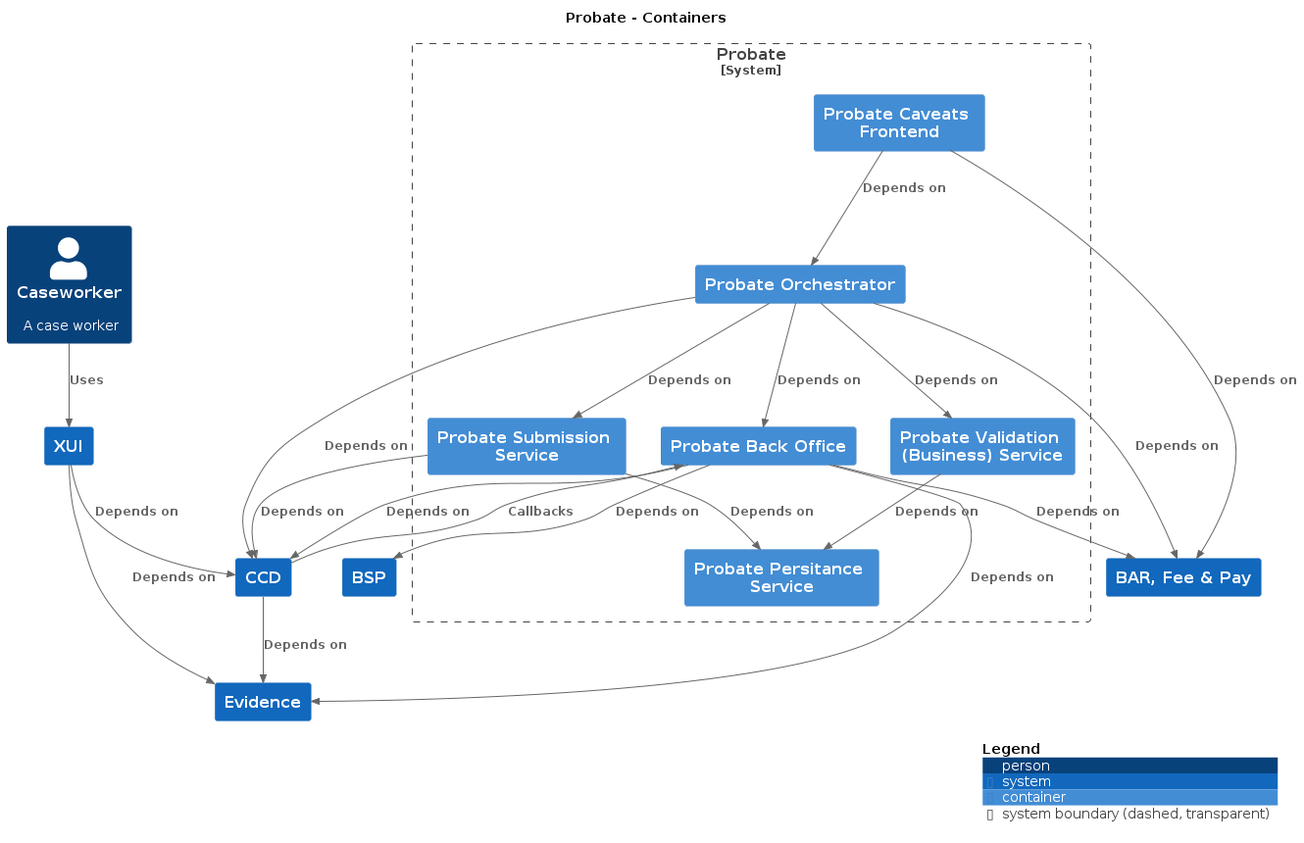
The PlantUML diagram docs/c4/probate/images/structurizr-probate-caseworker.png in hmcts/cnp-api-docs, before a commit.
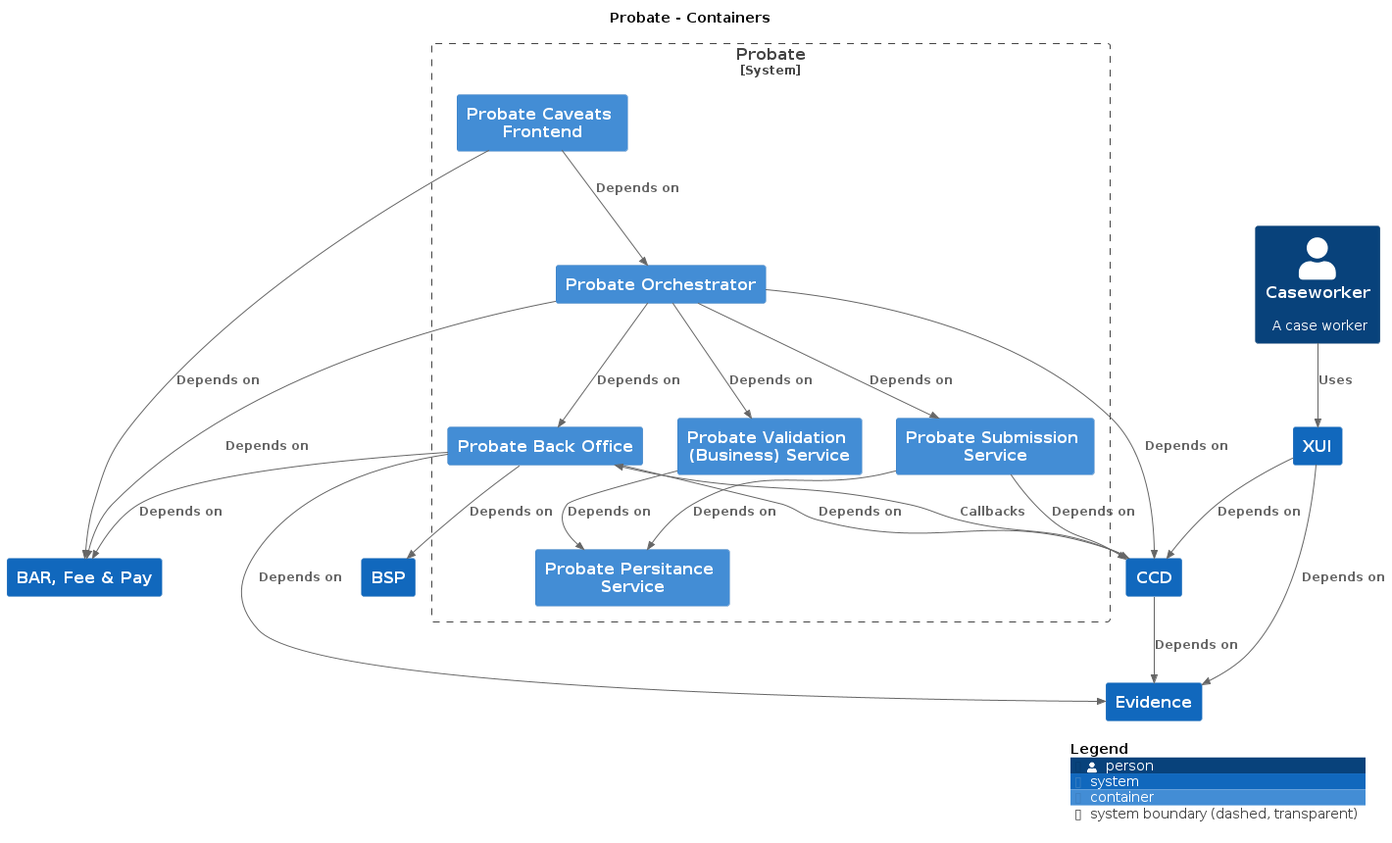
After the commit.

Diff of the diagram source:
```diff
@@ -7,10 +7,10 @@
 !include https://raw.githubusercontent.com/plantuml-stdlib/C4-PlantUML/master/C4_Context.puml
 !include https://raw.githubusercontent.com/plantuml-stdlib/C4-PlantUML/master/C4_Container.puml
 
-Person(Caseworker, "Caseworker", "A case worker", $tags="")
 System(XUI, "XUI", "", $tags="")
 System(CCD, "CCD", "", $tags="")
 System(BARFeePay, "BAR, Fee & Pay", "", $tags="")
+Person(Caseworker, "Caseworker", "A case worker", $tags="")
 System(BSP, "BSP", "", $tags="")
 System(Evidence, "Evidence", "", $tags="")
 
```
